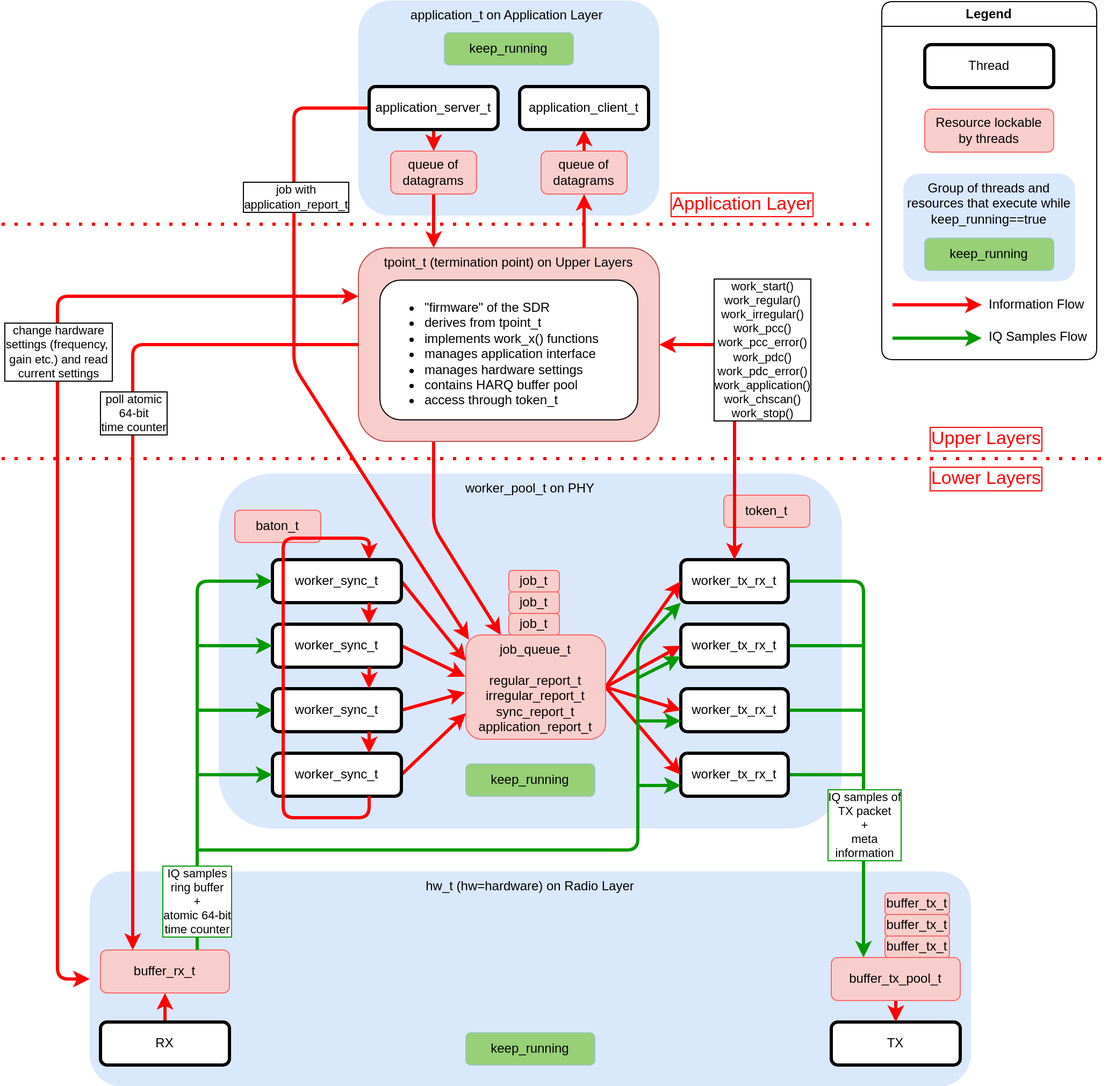
Before: docs/sdr_architecture.drawio.png, a diagram exported from draw.io (maxpenner/DECT-NR-Plus-SDR). Source tidied: cells renumbered, new cells last; positions are measured from the earlier drawing's top-left corner, leaving out a move shared by most shapes.
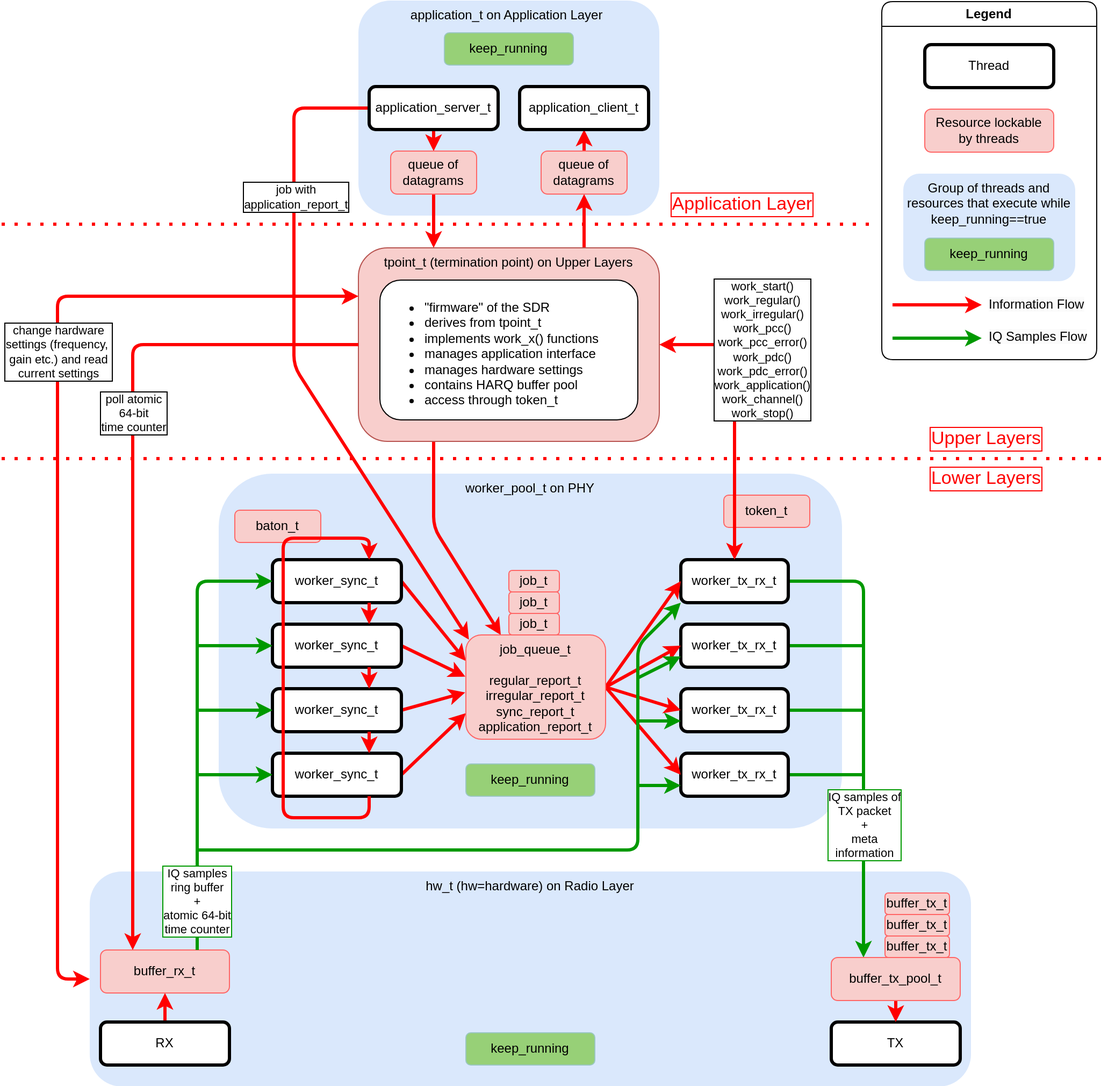
Later version of the same file.

What changed in the source:
```diff
@@ -210,7 +210,7 @@
         </Array>
       </mxGeometry>
     </mxCell>
-    <mxCell id="58" value="&amp;nbsp; work_start()&amp;nbsp;&amp;nbsp;&lt;br style=&quot;border-color: var(--border-color);&quot;&gt;work_regular()&lt;div&gt;work_irregular()&lt;br style=&quot;border-color: var(--border-color);&quot;&gt;work_pcc()&lt;div&gt;work_pcc_error()&lt;br&gt;work_pdc()&lt;/div&gt;&lt;div&gt;work_pdc_error()&lt;br style=&quot;border-color: var(--border-color);&quot;&gt;work_application()&lt;br style=&quot;border-color: var(--border-color);&quot;&gt;work_chscan()&lt;/div&gt;&lt;/div&gt;&lt;div&gt;work_stop()&lt;/div&gt;" style="edgeLabel;html=1;align=center;verticalAlign=middle;labelBorderColor=default;rounded=1;spacingTop=0;" parent="57" vertex="1">
+    <mxCell id="58" value="&amp;nbsp; work_start()&amp;nbsp;&amp;nbsp;&lt;br style=&quot;border-color: var(--border-color);&quot;&gt;work_regular()&lt;div&gt;work_irregular()&lt;br style=&quot;border-color: var(--border-color);&quot;&gt;work_pcc()&lt;div&gt;work_pcc_error()&lt;br&gt;work_pdc()&lt;/div&gt;&lt;div&gt;work_pdc_error()&lt;br style=&quot;border-color: var(--border-color);&quot;&gt;work_application()&lt;br style=&quot;border-color: var(--border-color);&quot;&gt;work_channel()&lt;/div&gt;&lt;/div&gt;&lt;div&gt;work_stop()&lt;/div&gt;" style="edgeLabel;html=1;align=center;verticalAlign=middle;labelBorderColor=default;rounded=1;spacingTop=0;" parent="57" vertex="1">
       <mxGeometry x="0.21" relative="1" as="geometry">
         <mxPoint x="25" y="-33" as="offset" />
       </mxGeometry>
```
